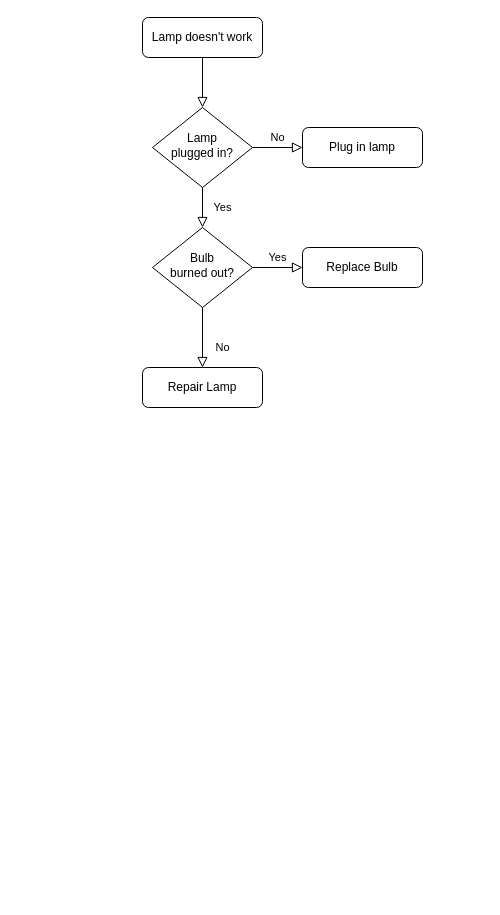
Before: Hangman.drawio in Bastey1024/hangman, a draw.io diagram. Source tidied: cells renumbered, new cells numbered last; positions are measured from the earlier drawing's top-left corner, leaving out a move shared by most shapes. Both pictures are drawn from the tidied source at 100%, with x=0, y=0 at pixel (142, 17).
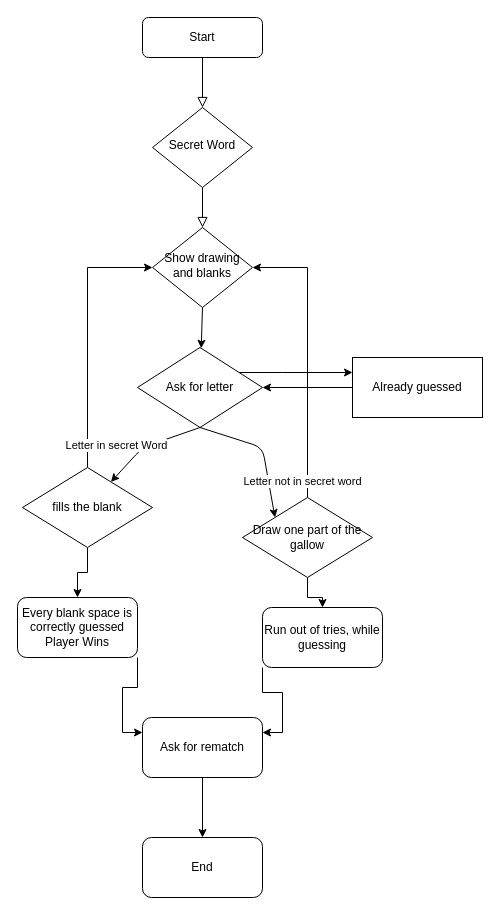
The same page after the edit.

Diff of the diagram source:
```diff
@@
-    <mxCell id="3" value="Lamp doesn't work" style="rounded=1;whiteSpace=wrap;html=1;fontSize=12;glass=0;strokeWidth=1;shadow=0;" parent="1" vertex="1">
+    <mxCell id="3" value="Start" style="rounded=1;whiteSpace=wrap;html=1;fontSize=12;glass=0;strokeWidth=1;shadow=0;" parent="1" vertex="1">
       <mxGeometry width="120" height="40" as="geometry" />
     </mxCell>
-    <mxCell id="4" value="Yes" style="rounded=0;html=1;jettySize=auto;fontSize=11;endArrow=block;endFill=0;endSize=8;strokeWidth=1;shadow=0;labelBackgroundColor=none;edgeStyle=orthogonalEdgeStyle;" parent="1" edge="1" source="6" target="10">
+    <mxCell id="4" style="rounded=0;html=1;jettySize=auto;fontSize=11;endArrow=block;endFill=0;endSize=8;strokeWidth=1;shadow=0;labelBackgroundColor=none;edgeStyle=orthogonalEdgeStyle;" parent="1" edge="1" source="6" target="10">
       <mxGeometry y="20" relative="1" as="geometry" />
     </mxCell>
-    <mxCell id="5" value="No" style="edgeStyle=orthogonalEdgeStyle;rounded=0;html=1;jettySize=auto;fontSize=11;endArrow=block;endFill=0;endSize=8;strokeWidth=1;shadow=0;labelBackgroundColor=none;" parent="1" edge="1" source="6" target="7">
-      <mxGeometry y="10" relative="1" as="geometry" />
-    </mxCell>
-    <mxCell id="6" value="Lamp&lt;br&gt;plugged in?" style="rhombus;whiteSpace=wrap;html=1;shadow=0;fontFamily=Helvetica;fontSize=12;align=center;strokeWidth=1;spacing=6;spacingTop=-4;" parent="1" vertex="1">
+    <mxCell id="6" value="Secret Word" style="rhombus;whiteSpace=wrap;html=1;shadow=0;fontFamily=Helvetica;fontSize=12;align=center;strokeWidth=1;spacing=6;spacingTop=-4;" parent="1" vertex="1">
       <mxGeometry x="10" y="90" width="100" height="80" as="geometry" />
     </mxCell>
-    <mxCell id="7" value="Plug in lamp" style="rounded=1;whiteSpace=wrap;html=1;fontSize=12;glass=0;strokeWidth=1;shadow=0;" parent="1" vertex="1">
-      <mxGeometry x="160" y="110" width="120" height="40" as="geometry" />
-    </mxCell>
-    <mxCell id="8" value="No" style="rounded=0;html=1;jettySize=auto;fontSize=11;endArrow=block;endFill=0;endSize=8;strokeWidth=1;shadow=0;labelBackgroundColor=none;edgeStyle=orthogonalEdgeStyle;" parent="1" edge="1" source="10" target="11">
-      <mxGeometry x="0.33" y="20" relative="1" as="geometry" />
-    </mxCell>
-    <mxCell id="9" value="Yes" style="edgeStyle=orthogonalEdgeStyle;rounded=0;html=1;jettySize=auto;fontSize=11;endArrow=block;endFill=0;endSize=8;strokeWidth=1;shadow=0;labelBackgroundColor=none;" parent="1" edge="1" source="10" target="12">
-      <mxGeometry y="10" relative="1" as="geometry" />
-    </mxCell>
-    <mxCell id="10" value="Bulb&lt;br&gt;burned out?" style="rhombus;whiteSpace=wrap;html=1;shadow=0;fontFamily=Helvetica;fontSize=12;align=center;strokeWidth=1;spacing=6;spacingTop=-4;" parent="1" vertex="1">
+    <mxCell id="10" value="Show drawing and blanks" style="rhombus;whiteSpace=wrap;html=1;shadow=0;fontFamily=Helvetica;fontSize=12;align=center;strokeWidth=1;spacing=6;spacingTop=-4;" parent="1" vertex="1">
       <mxGeometry x="10" y="210" width="100" height="80" as="geometry" />
     </mxCell>
-    <mxCell id="11" value="Repair Lamp" style="rounded=1;whiteSpace=wrap;html=1;fontSize=12;glass=0;strokeWidth=1;shadow=0;" parent="1" vertex="1">
-      <mxGeometry y="350" width="120" height="40" as="geometry" />
-    </mxCell>
-    <mxCell id="12" value="Replace Bulb" style="rounded=1;whiteSpace=wrap;html=1;fontSize=12;glass=0;strokeWidth=1;shadow=0;" parent="1" vertex="1">
-      <mxGeometry x="160" y="230" width="120" height="40" as="geometry" />
-    </mxCell>
+    <mxCell id="13" style="edgeStyle=orthogonalEdgeStyle;rounded=0;jettySize=auto;html=1;entryX=0;entryY=0.25;entryDx=0;entryDy=0;" parent="1" edge="1" source="14" target="32">
+      <mxGeometry relative="1" as="geometry">
+        <Array as="points">
+          <mxPoint x="140" y="355" />
+          <mxPoint x="140" y="355" />
+        </Array>
+      </mxGeometry>
+    </mxCell>
+    <mxCell id="14" value="Ask for letter" style="rhombus;whiteSpace=wrap;html=1;" parent="1" vertex="1">
+      <mxGeometry x="-5" y="330" width="125" height="80" as="geometry" />
+    </mxCell>
+    <mxCell id="15" style="endArrow=classic;html=1;exitX=0.5;exitY=1;exitDx=0;exitDy=0;" parent="1" edge="1" source="10" target="14">
+      <mxGeometry relative="1" as="geometry" />
+    </mxCell>
+    <mxCell id="16" style="edgeStyle=orthogonalEdgeStyle;rounded=0;jettySize=auto;html=1;exitX=0.5;exitY=1;exitDx=0;exitDy=0;" parent="1" edge="1" source="18" target="25">
+      <mxGeometry relative="1" as="geometry" />
+    </mxCell>
+    <mxCell id="17" style="edgeStyle=orthogonalEdgeStyle;rounded=0;jettySize=auto;html=1;entryX=0;entryY=0.5;entryDx=0;entryDy=0;" parent="1" edge="1" source="18" target="10">
+      <mxGeometry relative="1" as="geometry" />
+    </mxCell>
+    <mxCell id="18" value="fills the blank" style="rhombus;whiteSpace=wrap;html=1;" parent="1" vertex="1">
+      <mxGeometry x="-120" y="450" width="130" height="80" as="geometry" />
+    </mxCell>
+    <mxCell id="19" style="edgeStyle=orthogonalEdgeStyle;rounded=0;jettySize=auto;html=1;exitX=0.5;exitY=1;exitDx=0;exitDy=0;" parent="1" edge="1" source="21" target="27">
+      <mxGeometry relative="1" as="geometry" />
+    </mxCell>
+    <mxCell id="20" style="edgeStyle=orthogonalEdgeStyle;rounded=0;jettySize=auto;html=1;entryX=1;entryY=0.5;entryDx=0;entryDy=0;" parent="1" edge="1" source="21" target="10">
+      <mxGeometry relative="1" as="geometry" />
+    </mxCell>
+    <mxCell id="21" value="Draw one part of the gallow" style="rhombus;whiteSpace=wrap;html=1;" parent="1" vertex="1">
+      <mxGeometry x="100" y="480" width="130" height="80" as="geometry" />
+    </mxCell>
+    <mxCell id="22" value="Letter in secret Word" style="endArrow=classic;html=1;exitX=0.5;exitY=1;exitDx=0;exitDy=0;" parent="1" edge="1" source="14" target="18">
+      <mxGeometry x="0.43" y="-20" relative="1" as="geometry">
+        <Array as="points">
+          <mxPoint y="430" />
+        </Array>
+      </mxGeometry>
+    </mxCell>
+    <mxCell id="23" value="Letter not in secret word" style="endArrow=classic;html=1;exitX=0.5;exitY=1;exitDx=0;exitDy=0;entryX=0;entryY=0;entryDx=0;entryDy=0;" parent="1" edge="1" source="14" target="21">
+      <mxGeometry x="0.55" y="32" relative="1" as="geometry">
+        <Array as="points">
+          <mxPoint x="120" y="430" />
+        </Array>
+        <mxPoint x="1" as="offset" />
+      </mxGeometry>
+    </mxCell>
+    <mxCell id="24" style="edgeStyle=orthogonalEdgeStyle;rounded=0;jettySize=auto;html=1;exitX=1;exitY=1;exitDx=0;exitDy=0;entryX=0;entryY=0.25;entryDx=0;entryDy=0;" parent="1" edge="1" source="25" target="29">
+      <mxGeometry relative="1" as="geometry" />
+    </mxCell>
+    <mxCell id="25" value="Every blank space is correctly guessed&lt;br&gt;Player Wins" style="rounded=1;whiteSpace=wrap;html=1;" parent="1" vertex="1">
+      <mxGeometry x="-125" y="580" width="120" height="60" as="geometry" />
+    </mxCell>
+    <mxCell id="26" style="edgeStyle=orthogonalEdgeStyle;rounded=0;jettySize=auto;html=1;exitX=0;exitY=1;exitDx=0;exitDy=0;entryX=1;entryY=0.25;entryDx=0;entryDy=0;" parent="1" edge="1" source="27" target="29">
+      <mxGeometry relative="1" as="geometry" />
+    </mxCell>
+    <mxCell id="27" value="Run out of tries, while guessing" style="rounded=1;whiteSpace=wrap;html=1;" parent="1" vertex="1">
+      <mxGeometry x="120" y="590" width="120" height="60" as="geometry" />
+    </mxCell>
+    <mxCell id="28" style="edgeStyle=orthogonalEdgeStyle;rounded=0;jettySize=auto;html=1;exitX=0.5;exitY=1;exitDx=0;exitDy=0;entryX=0.5;entryY=0;entryDx=0;entryDy=0;" parent="1" edge="1" source="29" target="30">
+      <mxGeometry relative="1" as="geometry" />
+    </mxCell>
+    <mxCell id="29" value="Ask for rematch" style="rounded=1;whiteSpace=wrap;html=1;" parent="1" vertex="1">
+      <mxGeometry y="700" width="120" height="60" as="geometry" />
+    </mxCell>
+    <mxCell id="30" value="End" style="rounded=1;whiteSpace=wrap;html=1;" parent="1" vertex="1">
+      <mxGeometry y="820" width="120" height="60" as="geometry" />
+    </mxCell>
+    <mxCell id="31" style="edgeStyle=orthogonalEdgeStyle;rounded=0;jettySize=auto;html=1;entryX=1;entryY=0.5;entryDx=0;entryDy=0;" parent="1" edge="1" source="32" target="14">
+      <mxGeometry relative="1" as="geometry" />
+    </mxCell>
+    <mxCell id="32" value="Already guessed" style="rounded=0;whiteSpace=wrap;html=1;" parent="1" vertex="1">
+      <mxGeometry x="210" y="340" width="130" height="60" as="geometry" />
+    </mxCell>
```
